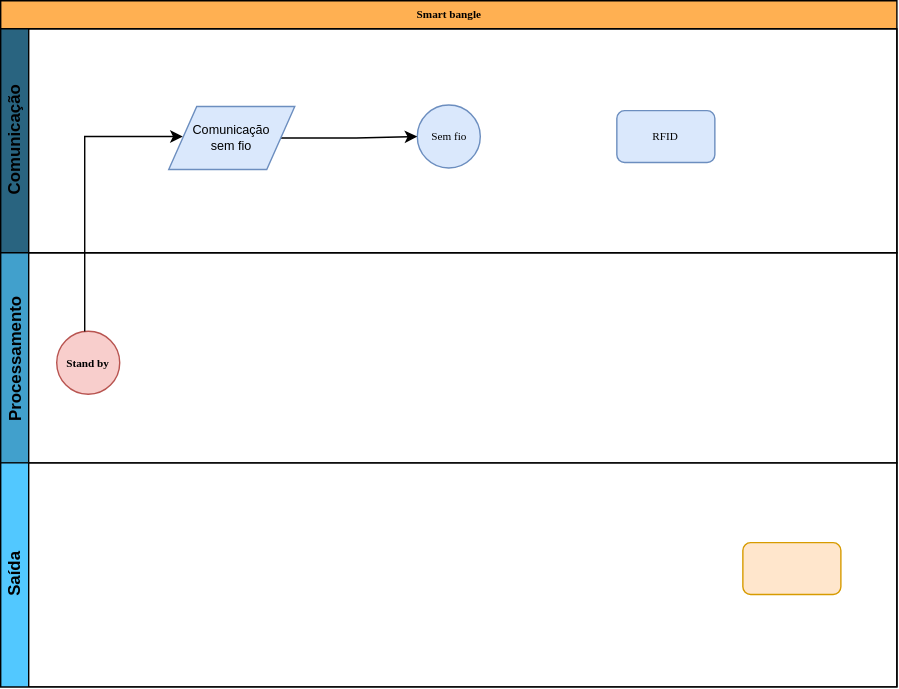
The draw.io diagram 2022.2/smart_bangle/smart-bangle_ea075.drawio.svg in vm-bertini/ea075-2023.1, before a commit. Source tidied: cells renumbered, new cells last; positions are measured from the earlier drawing's top-left corner, leaving out a move shared by most shapes.
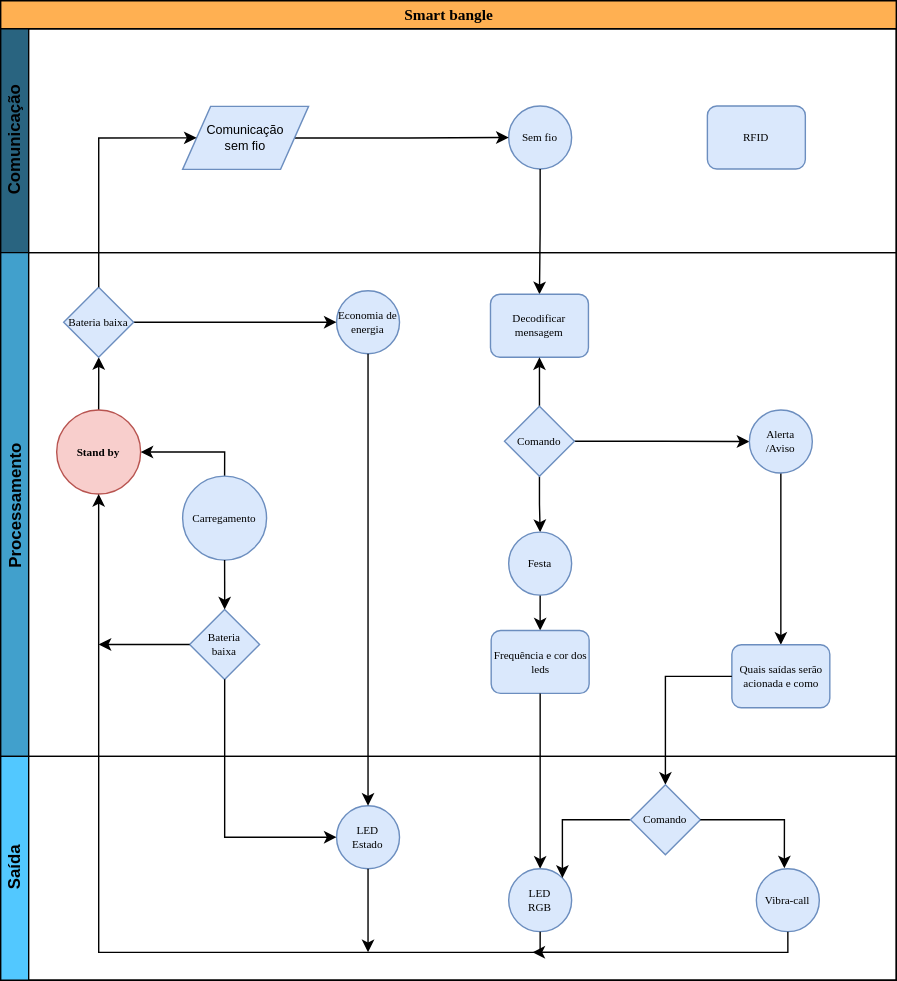
Above is the later version.

Commit message:
diagrama 70% pronto

Diff of the diagram source:
```diff
@@ -2,42 +2,165 @@
   <root>
     <mxCell id="0" />
     <mxCell id="1" parent="0" />
-    <mxCell id="2" value="Smart bangle" style="swimlane;html=1;horizontal=1;startSize=20;rounded=0;shadow=0;labelBackgroundColor=none;strokeWidth=1;fontFamily=Verdana;fontSize=8;align=center;fillColor=#FFB052;" parent="1" vertex="1">
-      <mxGeometry width="640" height="490" as="geometry" />
+    <mxCell id="2" value="&lt;font style=&quot;font-size: 11px;&quot;&gt;Smart bangle&lt;/font&gt;" style="swimlane;html=1;horizontal=1;startSize=20;rounded=0;shadow=0;labelBackgroundColor=none;strokeWidth=1;fontFamily=Verdana;fontSize=8;align=center;fillColor=#FFB052;" parent="1" vertex="1">
+      <mxGeometry width="640" height="700" as="geometry" />
     </mxCell>
     <mxCell id="3" value="Comunicação" style="swimlane;html=1;startSize=20;horizontal=0;fillColor=#296480;shadow=0;fontStyle=1;fontColor=default;" parent="2" vertex="1">
       <mxGeometry y="20" width="640" height="160" as="geometry" />
     </mxCell>
     <mxCell id="4" value="RFID" style="rounded=1;whiteSpace=wrap;html=1;shadow=0;labelBackgroundColor=none;strokeWidth=1;fontFamily=Verdana;fontSize=8;align=center;fillColor=#dae8fc;strokeColor=#6c8ebf;" parent="3" vertex="1">
-      <mxGeometry x="440" y="58.5" width="70" height="37" as="geometry" />
+      <mxGeometry x="505" y="55.2" width="70" height="45" as="geometry" />
     </mxCell>
     <mxCell id="5" value="Sem fio" style="ellipse;whiteSpace=wrap;html=1;rounded=0;shadow=0;labelBackgroundColor=none;strokeWidth=1;fontFamily=Verdana;fontSize=8;align=center;fillColor=#dae8fc;strokeColor=#6c8ebf;" parent="3" vertex="1">
-      <mxGeometry x="297.5" y="54.5" width="45" height="45" as="geometry" />
+      <mxGeometry x="363" y="55.2" width="45" height="45" as="geometry" />
     </mxCell>
     <mxCell id="6" style="edgeStyle=orthogonalEdgeStyle;rounded=0;jettySize=auto;html=1;entryX=0;entryY=0.5;entryDx=0;entryDy=0;fontSize=9;fontColor=default;" parent="3" edge="1" source="7" target="5">
       <mxGeometry relative="1" as="geometry" />
     </mxCell>
     <mxCell id="7" value="Comunicação&lt;br style=&quot;font-size: 9px;&quot;&gt;sem fio" style="shape=parallelogram;perimeter=parallelogramPerimeter;fixedSize=1;rounded=0;shadow=0;glass=0;labelBackgroundColor=none;labelBorderColor=none;sketch=0;fillColor=#dae8fc;align=center;horizontal=1;labelPosition=center;verticalLabelPosition=middle;verticalAlign=middle;whiteSpace=wrap;html=1;fontSize=9;strokeColor=#6c8ebf;" parent="3" vertex="1">
-      <mxGeometry x="120" y="55.5" width="90" height="45" as="geometry" />
+      <mxGeometry x="130" y="55.5" width="90" height="45" as="geometry" />
     </mxCell>
+    <mxCell id="13" style="edgeStyle=orthogonalEdgeStyle;rounded=0;jettySize=auto;html=1;entryX=0.5;entryY=0;entryDx=0;entryDy=0;fontFamily=Verdana;fontSize=8;" parent="2" edge="1" source="5" target="15">
+      <mxGeometry relative="1" as="geometry" />
+    </mxCell>
     <mxCell id="8" value="Processamento" style="swimlane;startSize=20;horizontal=0;fillColor=#41A0CC;" parent="2" vertex="1">
-      <mxGeometry y="180" width="640" height="150" as="geometry" />
+      <mxGeometry y="180" width="640" height="360" as="geometry" />
     </mxCell>
+    <mxCell id="14" style="edgeStyle=orthogonalEdgeStyle;rounded=0;jettySize=auto;html=1;fontFamily=Verdana;fontSize=8;" parent="8" edge="1" source="9" target="28">
+      <mxGeometry relative="1" as="geometry" />
+    </mxCell>
     <mxCell id="9" value="Stand by" style="ellipse;whiteSpace=wrap;html=1;rounded=0;shadow=0;labelBackgroundColor=none;strokeWidth=1;fontFamily=Verdana;fontSize=8;align=center;fillColor=#f8cecc;strokeColor=#b85450;fontStyle=1;" parent="8" vertex="1">
-      <mxGeometry x="40" y="56" width="45" height="45" as="geometry" />
+      <mxGeometry x="40" y="112.5" width="60" height="60" as="geometry" />
     </mxCell>
+    <mxCell id="15" value="Decodificar mensagem" style="rounded=1;whiteSpace=wrap;html=1;fontSize=8;fillColor=#dae8fc;strokeColor=#6c8ebf;fontFamily=Verdana;" parent="8" vertex="1">
+      <mxGeometry x="350" y="29.8" width="70" height="45" as="geometry" />
+    </mxCell>
+    <mxCell id="16" style="edgeStyle=orthogonalEdgeStyle;rounded=0;jettySize=auto;html=1;fontFamily=Verdana;fontSize=8;" parent="8" edge="1" source="19" target="15">
+      <mxGeometry relative="1" as="geometry" />
+    </mxCell>
+    <mxCell id="17" style="edgeStyle=orthogonalEdgeStyle;rounded=0;jettySize=auto;html=1;entryX=0.5;entryY=0;entryDx=0;entryDy=0;fontFamily=Verdana;fontSize=8;" parent="8" edge="1" source="19" target="23">
+      <mxGeometry relative="1" as="geometry" />
+    </mxCell>
+    <mxCell id="18" style="edgeStyle=orthogonalEdgeStyle;rounded=0;jettySize=auto;html=1;entryX=0;entryY=0.5;entryDx=0;entryDy=0;fontFamily=Verdana;fontSize=8;" parent="8" edge="1" source="19" target="21">
+      <mxGeometry relative="1" as="geometry" />
+    </mxCell>
+    <mxCell id="19" value="Comando" style="rhombus;whiteSpace=wrap;html=1;fontFamily=Verdana;fontSize=8;fillColor=#dae8fc;strokeColor=#6c8ebf;" parent="8" vertex="1">
+      <mxGeometry x="360" y="109.8" width="50" height="50" as="geometry" />
+    </mxCell>
+    <mxCell id="20" style="edgeStyle=orthogonalEdgeStyle;rounded=0;jettySize=auto;html=1;fontFamily=Verdana;fontSize=8;" parent="8" edge="1" source="21" target="30">
+      <mxGeometry relative="1" as="geometry" />
+    </mxCell>
+    <mxCell id="21" value="Alerta&lt;br&gt;/Aviso" style="ellipse;whiteSpace=wrap;html=1;rounded=0;shadow=0;labelBackgroundColor=none;strokeWidth=1;fontFamily=Verdana;fontSize=8;align=center;fillColor=#dae8fc;strokeColor=#6c8ebf;" parent="8" vertex="1">
+      <mxGeometry x="535" y="112.5" width="45" height="45" as="geometry" />
+    </mxCell>
+    <mxCell id="22" style="edgeStyle=orthogonalEdgeStyle;rounded=0;jettySize=auto;html=1;entryX=0.5;entryY=0;entryDx=0;entryDy=0;fontFamily=Verdana;fontSize=8;" parent="8" edge="1" source="23" target="29">
+      <mxGeometry relative="1" as="geometry" />
+    </mxCell>
+    <mxCell id="23" value="Festa" style="ellipse;whiteSpace=wrap;html=1;rounded=0;shadow=0;labelBackgroundColor=none;strokeWidth=1;fontFamily=Verdana;fontSize=8;align=center;fillColor=#dae8fc;strokeColor=#6c8ebf;" parent="8" vertex="1">
+      <mxGeometry x="363" y="199.8" width="45" height="45" as="geometry" />
+    </mxCell>
+    <mxCell id="24" value="Economia de energia" style="ellipse;whiteSpace=wrap;html=1;rounded=0;shadow=0;labelBackgroundColor=none;strokeWidth=1;fontFamily=Verdana;fontSize=8;align=center;fillColor=#dae8fc;strokeColor=#6c8ebf;" parent="8" vertex="1">
+      <mxGeometry x="240" y="27.2" width="45" height="45" as="geometry" />
+    </mxCell>
+    <mxCell id="25" style="edgeStyle=orthogonalEdgeStyle;rounded=0;jettySize=auto;html=1;entryX=1;entryY=0.5;entryDx=0;entryDy=0;fontFamily=Verdana;fontSize=8;" parent="8" edge="1" source="26" target="9">
+      <mxGeometry relative="1" as="geometry">
+        <Array as="points">
+          <mxPoint x="160" y="142" />
+        </Array>
+      </mxGeometry>
+    </mxCell>
+    <mxCell id="26" value="Carregamento" style="ellipse;whiteSpace=wrap;html=1;rounded=0;shadow=0;labelBackgroundColor=none;strokeWidth=1;fontFamily=Verdana;fontSize=8;align=center;fillColor=#dae8fc;strokeColor=#6c8ebf;" parent="8" vertex="1">
+      <mxGeometry x="130" y="159.8" width="60" height="60" as="geometry" />
+    </mxCell>
+    <mxCell id="27" style="edgeStyle=orthogonalEdgeStyle;rounded=0;jettySize=auto;html=1;entryX=0;entryY=0.5;entryDx=0;entryDy=0;fontFamily=Verdana;fontSize=8;" parent="8" edge="1" source="28" target="24">
+      <mxGeometry relative="1" as="geometry" />
+    </mxCell>
+    <mxCell id="28" value="Bateria baixa" style="rhombus;whiteSpace=wrap;html=1;fontFamily=Verdana;fontSize=8;fillColor=#dae8fc;strokeColor=#6c8ebf;" parent="8" vertex="1">
+      <mxGeometry x="45" y="24.8" width="50" height="50" as="geometry" />
+    </mxCell>
+    <mxCell id="29" value="Frequência e cor dos leds" style="rounded=1;whiteSpace=wrap;html=1;fontSize=8;fillColor=#dae8fc;strokeColor=#6c8ebf;fontFamily=Verdana;" parent="8" vertex="1">
+      <mxGeometry x="350.5" y="270" width="70" height="45" as="geometry" />
+    </mxCell>
+    <mxCell id="30" value="Quais saídas serão acionada e como" style="rounded=1;whiteSpace=wrap;html=1;fontSize=8;fillColor=#dae8fc;strokeColor=#6c8ebf;fontFamily=Verdana;" parent="8" vertex="1">
+      <mxGeometry x="522.5" y="280.2" width="70" height="45" as="geometry" />
+    </mxCell>
+    <mxCell id="31" value="Bateria&lt;br&gt;baixa" style="rhombus;whiteSpace=wrap;html=1;fontFamily=Verdana;fontSize=8;fillColor=#dae8fc;strokeColor=#6c8ebf;" parent="8" vertex="1">
+      <mxGeometry x="135" y="255" width="50" height="50" as="geometry" />
+    </mxCell>
+    <mxCell id="32" style="edgeStyle=orthogonalEdgeStyle;rounded=0;jettySize=auto;html=1;fontFamily=Verdana;fontSize=8;" parent="8" edge="1" source="26" target="31">
+      <mxGeometry relative="1" as="geometry" />
+    </mxCell>
+    <mxCell id="33" style="edgeStyle=orthogonalEdgeStyle;rounded=0;jettySize=auto;html=1;entryX=0.5;entryY=0;entryDx=0;entryDy=0;fontFamily=Verdana;fontSize=8;" parent="2" edge="1" source="30" target="39">
+      <mxGeometry relative="1" as="geometry" />
+    </mxCell>
+    <mxCell id="34" style="edgeStyle=orthogonalEdgeStyle;rounded=0;jettySize=auto;html=1;entryX=0;entryY=0.5;entryDx=0;entryDy=0;fontFamily=Verdana;fontSize=8;" parent="2" edge="1" source="28" target="7">
+      <mxGeometry relative="1" as="geometry">
+        <Array as="points">
+          <mxPoint x="70" y="98" />
+        </Array>
+      </mxGeometry>
+    </mxCell>
+    <mxCell id="35" style="edgeStyle=orthogonalEdgeStyle;rounded=0;jettySize=auto;html=1;entryX=0.5;entryY=0;entryDx=0;entryDy=0;fontFamily=Verdana;fontSize=8;" parent="2" edge="1" source="29" target="36">
+      <mxGeometry relative="1" as="geometry" />
+    </mxCell>
     <mxCell id="10" value="Saída" style="swimlane;html=1;startSize=20;horizontal=0;fillColor=#52C8FF;gradientColor=none;swimlaneFillColor=none;swimlaneLine=1;rounded=0;shadow=0;sketch=0;glass=0;labelBackgroundColor=none;labelBorderColor=none;fontColor=default;" parent="2" vertex="1">
-      <mxGeometry y="330" width="640" height="160" as="geometry" />
+      <mxGeometry y="540" width="640" height="160" as="geometry" />
     </mxCell>
-    <mxCell id="11" style="rounded=1;whiteSpace=wrap;html=1;shadow=0;labelBackgroundColor=none;strokeWidth=1;fontFamily=Verdana;fontSize=8;align=center;fillColor=#ffe6cc;strokeColor=#d79b00;" parent="10" vertex="1">
-      <mxGeometry x="530" y="57" width="70" height="37" as="geometry" />
-    </mxCell>
-    <mxCell id="12" style="edgeStyle=orthogonalEdgeStyle;rounded=0;jettySize=auto;html=1;fontSize=9;fontColor=default;entryX=0;entryY=0.5;entryDx=0;entryDy=0;" parent="2" edge="1" source="9" target="7">
-      <mxGeometry relative="1" as="geometry">
-        <Array as="points">
-          <mxPoint x="60" y="97" />
-        </Array>
-      </mxGeometry>
-    </mxCell>
+    <mxCell id="36" value="LED&lt;br&gt;RGB" style="ellipse;whiteSpace=wrap;html=1;rounded=0;shadow=0;labelBackgroundColor=none;strokeWidth=1;fontFamily=Verdana;fontSize=8;align=center;fillColor=#dae8fc;strokeColor=#6c8ebf;" parent="10" vertex="1">
+      <mxGeometry x="363" y="80.2" width="45" height="45" as="geometry" />
+    </mxCell>
+    <mxCell id="37" value="Vibra-call" style="ellipse;whiteSpace=wrap;html=1;rounded=0;shadow=0;labelBackgroundColor=none;strokeWidth=1;fontFamily=Verdana;fontSize=8;align=center;fillColor=#dae8fc;strokeColor=#6c8ebf;" parent="10" vertex="1">
+      <mxGeometry x="540" y="80.2" width="45" height="45" as="geometry" />
+    </mxCell>
+    <mxCell id="38" style="edgeStyle=orthogonalEdgeStyle;rounded=0;jettySize=auto;html=1;entryX=1;entryY=0;entryDx=0;entryDy=0;fontFamily=Verdana;fontSize=8;" parent="10" edge="1" source="39" target="36">
+      <mxGeometry relative="1" as="geometry" />
+    </mxCell>
+    <mxCell id="39" value="Comando" style="rhombus;whiteSpace=wrap;html=1;fontFamily=Verdana;fontSize=8;fillColor=#dae8fc;strokeColor=#6c8ebf;" parent="10" vertex="1">
+      <mxGeometry x="450" y="20.2" width="50" height="50" as="geometry" />
+    </mxCell>
+    <mxCell id="40" value="LED&lt;br&gt;Estado" style="ellipse;whiteSpace=wrap;html=1;rounded=0;shadow=0;labelBackgroundColor=none;strokeWidth=1;fontFamily=Verdana;fontSize=8;align=center;fillColor=#dae8fc;strokeColor=#6c8ebf;" parent="10" vertex="1">
+      <mxGeometry x="240" y="35.2" width="45" height="45" as="geometry" />
+    </mxCell>
+    <mxCell id="41" style="edgeStyle=orthogonalEdgeStyle;rounded=0;jettySize=auto;html=1;entryX=0.5;entryY=1;entryDx=0;entryDy=0;fontFamily=Verdana;fontSize=8;" parent="2" edge="1" source="36" target="9">
+      <mxGeometry relative="1" as="geometry">
+        <Array as="points">
+          <mxPoint x="385" y="680" />
+          <mxPoint x="70" y="680" />
+        </Array>
+      </mxGeometry>
+    </mxCell>
+    <mxCell id="42" style="edgeStyle=orthogonalEdgeStyle;rounded=0;jettySize=auto;html=1;entryX=0.5;entryY=0;entryDx=0;entryDy=0;fontFamily=Verdana;fontSize=8;" parent="2" edge="1" source="24" target="40">
+      <mxGeometry relative="1" as="geometry" />
+    </mxCell>
+    <mxCell id="43" style="edgeStyle=orthogonalEdgeStyle;rounded=0;jettySize=auto;html=1;entryX=0;entryY=0.5;entryDx=0;entryDy=0;fontFamily=Verdana;fontSize=8;" parent="2" edge="1" source="31" target="40">
+      <mxGeometry relative="1" as="geometry">
+        <Array as="points">
+          <mxPoint x="160" y="598" />
+        </Array>
+      </mxGeometry>
+    </mxCell>
+    <mxCell id="44" style="edgeStyle=orthogonalEdgeStyle;rounded=0;jettySize=auto;html=1;fontFamily=Verdana;fontSize=8;" parent="1" edge="1" source="39">
+      <mxGeometry relative="1" as="geometry">
+        <mxPoint x="560" y="620" as="targetPoint" />
+      </mxGeometry>
+    </mxCell>
+    <mxCell id="45" style="edgeStyle=orthogonalEdgeStyle;rounded=0;jettySize=auto;html=1;fontFamily=Verdana;fontSize=8;" parent="1" edge="1" source="37">
+      <mxGeometry relative="1" as="geometry">
+        <mxPoint x="380" y="680" as="targetPoint" />
+        <Array as="points">
+          <mxPoint x="563" y="680" />
+        </Array>
+      </mxGeometry>
+    </mxCell>
+    <mxCell id="46" style="edgeStyle=orthogonalEdgeStyle;rounded=0;jettySize=auto;html=1;fontFamily=Verdana;fontSize=8;" parent="1" edge="1" source="31">
+      <mxGeometry relative="1" as="geometry">
+        <mxPoint x="70" y="460" as="targetPoint" />
+      </mxGeometry>
+    </mxCell>
+    <mxCell id="47" style="edgeStyle=orthogonalEdgeStyle;rounded=0;jettySize=auto;html=1;fontFamily=Verdana;fontSize=8;" parent="1" edge="1" source="40">
+      <mxGeometry relative="1" as="geometry">
+        <mxPoint x="262.5" y="680" as="targetPoint" />
+      </mxGeometry>
+    </mxCell>
   </root>
 </mxGraphModel>
```
